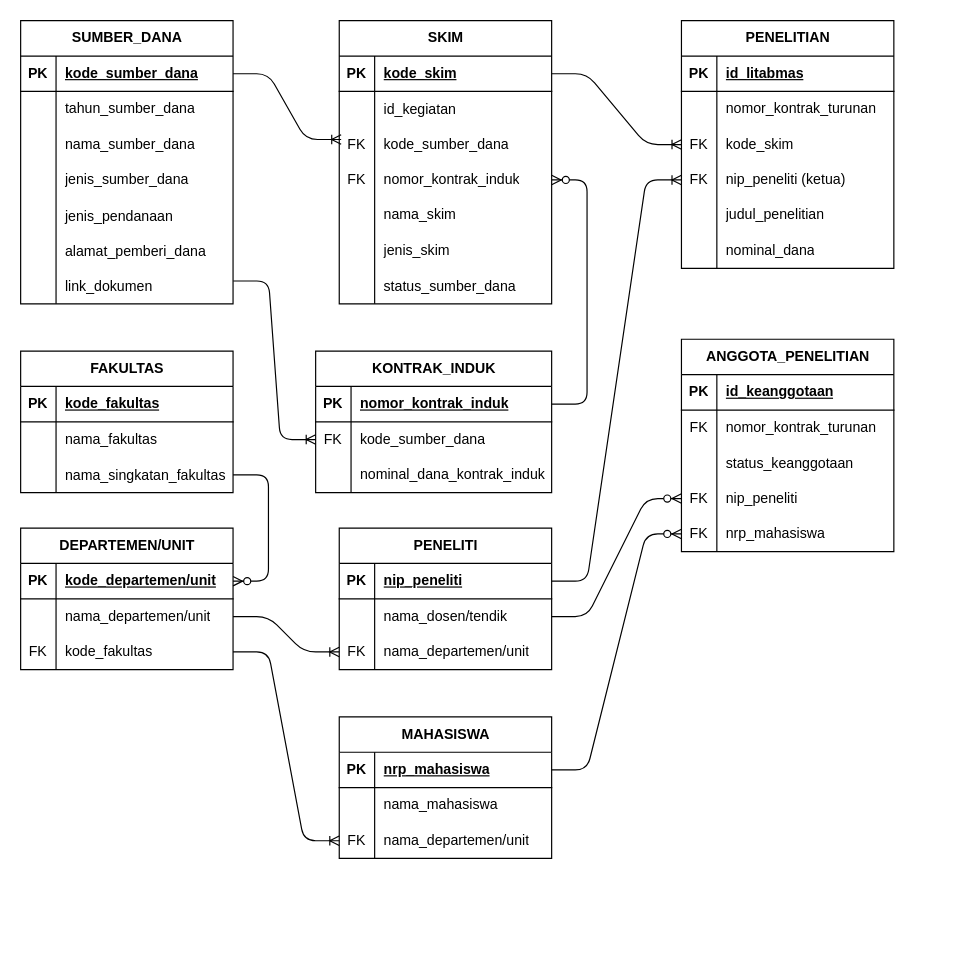
This is ERD Monitoring Program.drawio from krizal8749-ops/Ideabox, a draw.io file, before an edit. Source tidied: cells renumbered, new cells numbered last; positions are measured from the earlier drawing's top-left corner, leaving out a move shared by most shapes. Both pictures are drawn from the tidied source at 118%, with x=0, y=0 at pixel (20, 20).
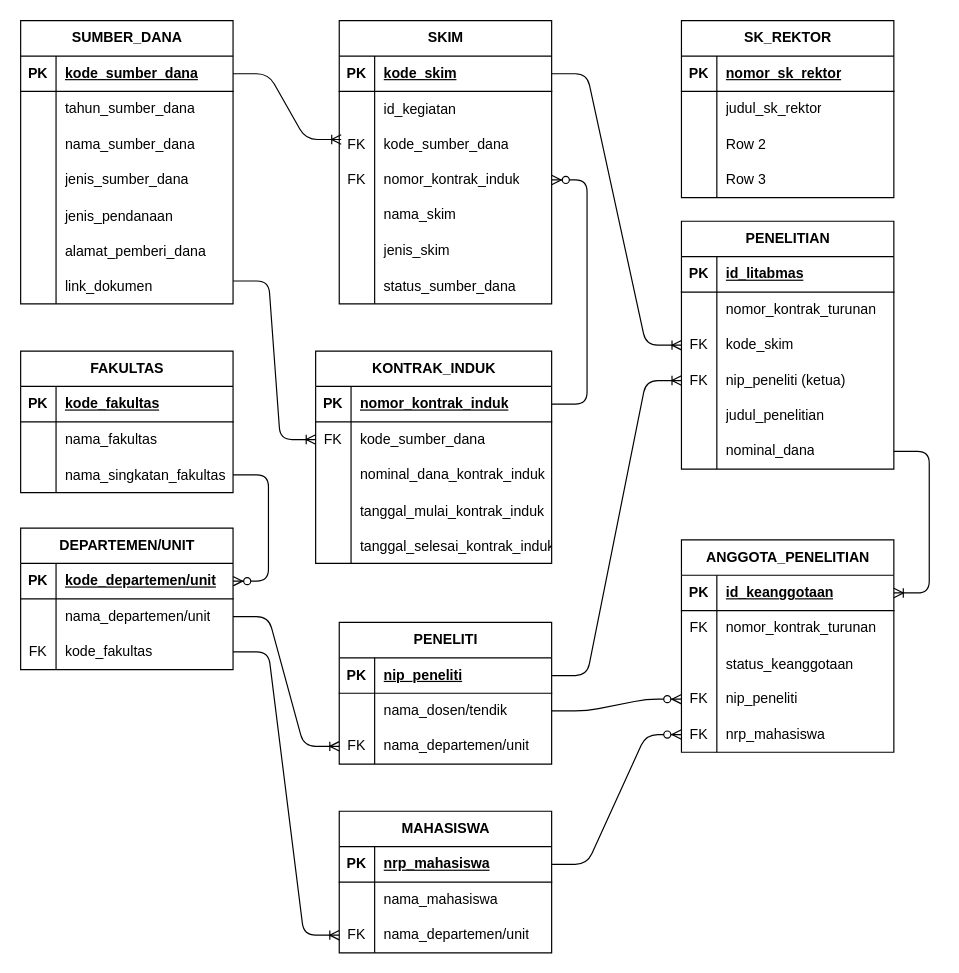
The same page after the edit.

The change refers to these unchanged cells:
```xml
<mxCell id="75" style="shape=tableRow;horizontal=0;startSize=0;swimlaneHead=0;swimlaneBody=0;fillColor=none;points=[[0,0.5],[1,0.5]];portConstraint=eastwest;top=0;left=0;right=0;bottom=0;" parent="59" vertex="1">
  <mxGeometry y="180" width="180" height="30" as="geometry" />
</mxCell>
<mxCell id="90" style="shape=tableRow;horizontal=0;startSize=0;swimlaneHead=0;swimlaneBody=0;fillColor=none;points=[[0,0.5],[1,0.5]];portConstraint=eastwest;top=0;left=0;right=0;bottom=1;" parent="89" vertex="1">
  <mxGeometry y="30" width="180" height="30" as="geometry" />
</mxCell>
```

What changed in the source:
```diff
@@
     <mxCell id="47" value="KONTRAK_INDUK" style="shape=table;startSize=30;childLayout=tableLayout;rowLines=0;fontStyle=1;align=center;html=1;" parent="1" vertex="1">
-      <mxGeometry x="250" y="280" width="200" height="120" as="geometry" />
+      <mxGeometry x="250" y="280" width="200" height="180" as="geometry" />
     </mxCell>
@@
+    <mxCell id="141" style="shape=tableRow;horizontal=0;startSize=0;swimlaneHead=0;swimlaneBody=0;fillColor=none;top=0;left=0;right=0;bottom=0;" parent="47" vertex="1">
+      <mxGeometry y="120" width="200" height="30" as="geometry" />
+    </mxCell>
+    <mxCell id="142" style="shape=partialRectangle;fillColor=none;top=0;left=0;bottom=0;right=0;overflow=hidden;" parent="141" vertex="1">
+      <mxGeometry width="30" height="30" as="geometry" />
+    </mxCell>
+    <mxCell id="143" value="tanggal_mulai_kontrak_induk" style="shape=partialRectangle;fillColor=none;top=0;left=0;bottom=0;right=0;align=left;spacingLeft=6;overflow=hidden;" parent="141" vertex="1">
+      <mxGeometry x="30" width="170" height="30" as="geometry" />
+    </mxCell>
+    <mxCell id="144" style="shape=tableRow;horizontal=0;startSize=0;swimlaneHead=0;swimlaneBody=0;fillColor=none;top=0;left=0;right=0;bottom=0;" parent="47" vertex="1">
+      <mxGeometry y="150" width="200" height="30" as="geometry" />
+    </mxCell>
+    <mxCell id="145" style="shape=partialRectangle;fillColor=none;top=0;left=0;bottom=0;right=0;overflow=hidden;" parent="144" vertex="1">
+      <mxGeometry width="30" height="30" as="geometry" />
+    </mxCell>
+    <mxCell id="146" value="tanggal_selesai_kontrak_induk" style="shape=partialRectangle;fillColor=none;top=0;left=0;bottom=0;right=0;align=left;spacingLeft=6;overflow=hidden;" parent="144" vertex="1">
+      <mxGeometry x="30" width="170" height="30" as="geometry" />
+    </mxCell>
@@
     <mxCell id="59" value="PENELITIAN" style="shape=table;startSize=30;childLayout=tableLayout;rowLines=0;fontStyle=1;align=center;html=1;" parent="1" vertex="1">
-      <mxGeometry x="560" width="180" height="210" as="geometry" />
+      <mxGeometry x="560" y="170" width="180" height="210" as="geometry" />
     </mxCell>
@@
     <mxCell id="79" value="PENELITI" style="shape=table;startSize=30;childLayout=tableLayout;rowLines=0;fontStyle=1;align=center;html=1;" parent="1" vertex="1">
-      <mxGeometry x="270" y="430" width="180" height="120" as="geometry" />
+      <mxGeometry x="270" y="510" width="180" height="120" as="geometry" />
     </mxCell>
@@
     <mxCell id="89" value="ANGGOTA_PENELITIAN" style="shape=table;startSize=30;childLayout=tableLayout;rowLines=0;fontStyle=1;align=center;html=1;" parent="1" vertex="1">
-      <mxGeometry x="560" y="270" width="180" height="180" as="geometry" />
+      <mxGeometry x="560" y="440" width="180" height="180" as="geometry" />
     </mxCell>
@@
     <mxCell id="128" value="MAHASISWA" style="shape=table;startSize=30;childLayout=tableLayout;rowLines=0;fontStyle=1;align=center;html=1;" parent="1" vertex="1">
-      <mxGeometry x="270" y="590" width="180" height="120" as="geometry" />
+      <mxGeometry x="270" y="670" width="180" height="120" as="geometry" />
     </mxCell>
@@
+    <mxCell id="147" style="edgeStyle=entityRelationEdgeStyle;fontSize=12;html=1;endArrow=ERoneToMany;rounded=1;defaultLabelBackgroundColor=page;entryX=1;entryY=0.5;entryDx=0;entryDy=0;exitX=1;exitY=0.5;exitDx=0;exitDy=0;curved=0;" parent="1" edge="1" source="75" target="90">
+      <mxGeometry relative="1" as="geometry" />
+    </mxCell>
+    <mxCell id="148" value="SK_REKTOR" style="shape=table;startSize=30;childLayout=tableLayout;rowLines=0;fontStyle=1;align=center;html=1;" parent="1" vertex="1">
+      <mxGeometry x="560" width="180" height="150" as="geometry" />
+    </mxCell>
+    <mxCell id="149" style="shape=tableRow;horizontal=0;startSize=0;swimlaneHead=0;swimlaneBody=0;fillColor=none;top=0;left=0;right=0;bottom=1;" parent="148" vertex="1">
+      <mxGeometry y="30" width="180" height="30" as="geometry" />
+    </mxCell>
+    <mxCell id="150" value="PK" style="shape=partialRectangle;fillColor=none;top=0;left=0;bottom=0;right=0;fontStyle=1;overflow=hidden;whiteSpace=wrap;html=1;" parent="149" vertex="1">
+      <mxGeometry width="30" height="30" as="geometry" />
+    </mxCell>
+    <mxCell id="151" value="nomor_sk_rektor" style="shape=partialRectangle;fillColor=none;top=0;left=0;bottom=0;right=0;align=left;spacingLeft=6;fontStyle=5;overflow=hidden;whiteSpace=wrap;html=1;" parent="149" vertex="1">
+      <mxGeometry x="30" width="150" height="30" as="geometry" />
+    </mxCell>
+    <mxCell id="152" style="shape=tableRow;horizontal=0;startSize=0;swimlaneHead=0;swimlaneBody=0;fillColor=none;top=0;left=0;right=0;bottom=0;" parent="148" vertex="1">
+      <mxGeometry y="60" width="180" height="30" as="geometry" />
+    </mxCell>
+    <mxCell id="153" style="shape=partialRectangle;fillColor=none;top=0;left=0;bottom=0;right=0;overflow=hidden;whiteSpace=wrap;html=1;" parent="152" vertex="1">
+      <mxGeometry width="30" height="30" as="geometry" />
+    </mxCell>
+    <mxCell id="154" value="judul_sk_rektor" style="shape=partialRectangle;fillColor=none;top=0;left=0;bottom=0;right=0;align=left;spacingLeft=6;overflow=hidden;whiteSpace=wrap;html=1;" parent="152" vertex="1">
+      <mxGeometry x="30" width="150" height="30" as="geometry" />
+    </mxCell>
+    <mxCell id="155" style="shape=tableRow;horizontal=0;startSize=0;swimlaneHead=0;swimlaneBody=0;fillColor=none;top=0;left=0;right=0;bottom=0;" parent="148" vertex="1">
+      <mxGeometry y="90" width="180" height="30" as="geometry" />
+    </mxCell>
+    <mxCell id="156" style="shape=partialRectangle;fillColor=none;top=0;left=0;bottom=0;right=0;overflow=hidden;whiteSpace=wrap;html=1;" parent="155" vertex="1">
+      <mxGeometry width="30" height="30" as="geometry" />
+    </mxCell>
+    <mxCell id="157" value="Row 2" style="shape=partialRectangle;fillColor=none;top=0;left=0;bottom=0;right=0;align=left;spacingLeft=6;overflow=hidden;whiteSpace=wrap;html=1;" parent="155" vertex="1">
+      <mxGeometry x="30" width="150" height="30" as="geometry" />
+    </mxCell>
+    <mxCell id="158" style="shape=tableRow;horizontal=0;startSize=0;swimlaneHead=0;swimlaneBody=0;fillColor=none;top=0;left=0;right=0;bottom=0;" parent="148" vertex="1">
+      <mxGeometry y="120" width="180" height="30" as="geometry" />
+    </mxCell>
+    <mxCell id="159" style="shape=partialRectangle;fillColor=none;top=0;left=0;bottom=0;right=0;overflow=hidden;whiteSpace=wrap;html=1;" parent="158" vertex="1">
+      <mxGeometry width="30" height="30" as="geometry" />
+    </mxCell>
+    <mxCell id="160" value="Row 3" style="shape=partialRectangle;fillColor=none;top=0;left=0;bottom=0;right=0;align=left;spacingLeft=6;overflow=hidden;whiteSpace=wrap;html=1;" parent="158" vertex="1">
+      <mxGeometry x="30" width="150" height="30" as="geometry" />
+    </mxCell>
```
